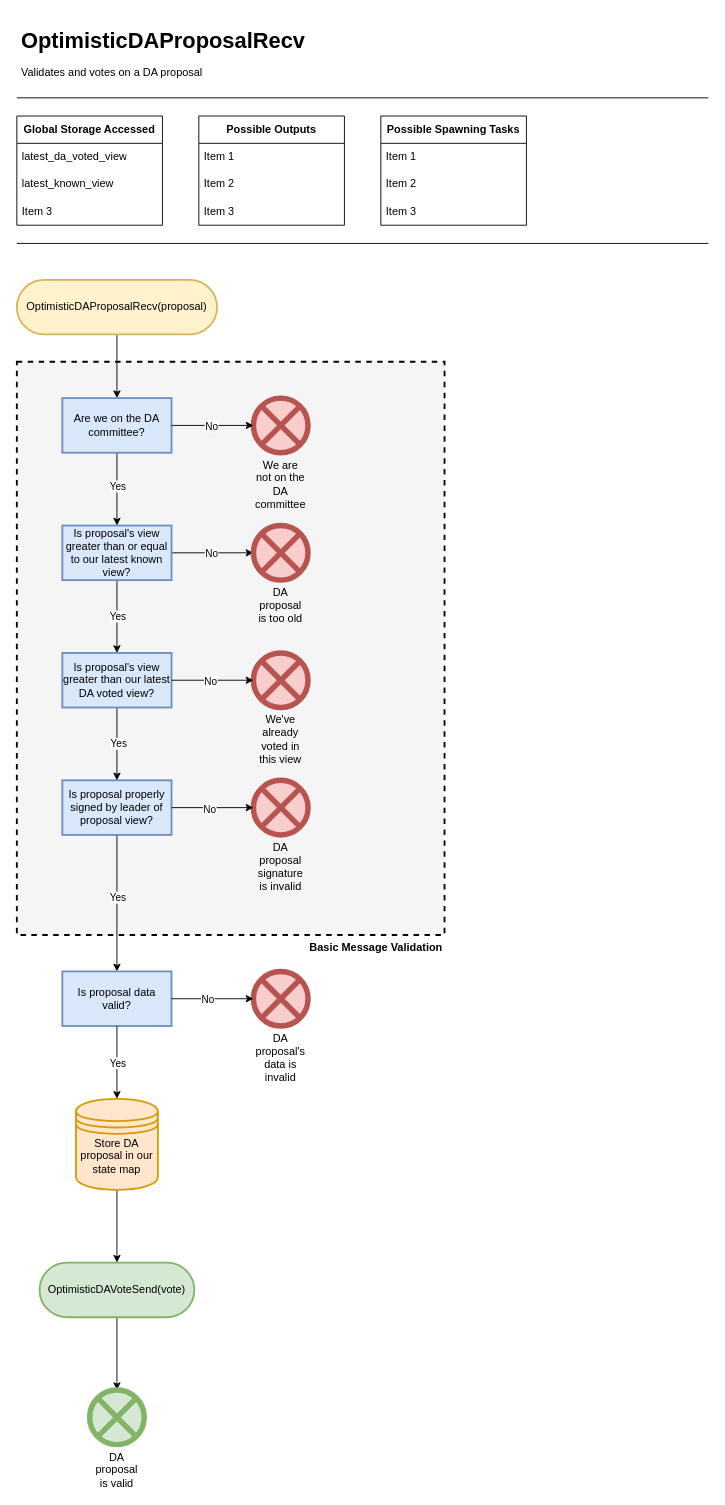
EspressoSystems/HotShot keeps this draw.io diagram as page "OptimisticDAProposalRecv" (3 of 7) of docs/diagrams/HotShotFlow.drawio. Above is the earlier version. Source tidied: cells renumbered, new cells numbered last; positions are measured from the earlier drawing's top-left corner, leaving out a move shared by most shapes. Both pictures are drawn from the tidied source at 91%, with x=0, y=0 at pixel (16, 25).
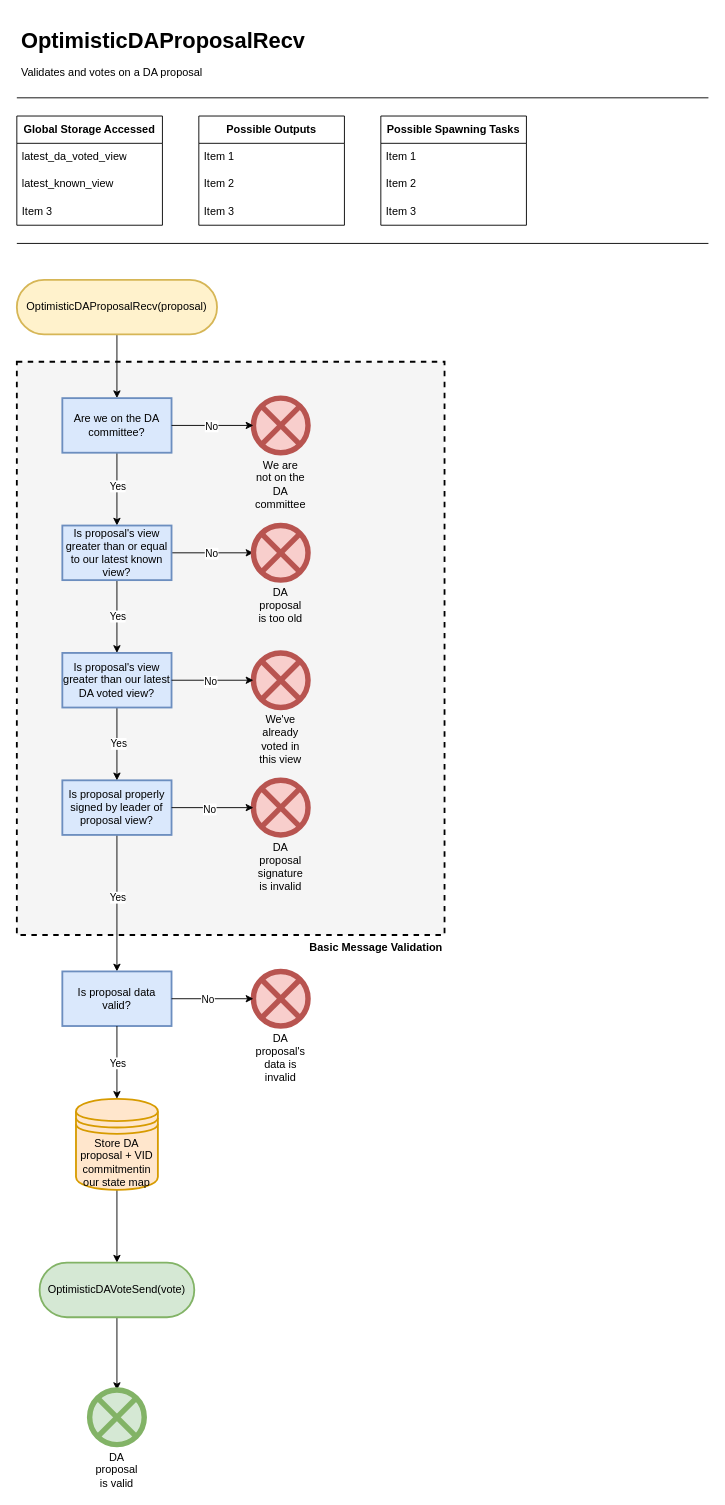
The same diagram, later.

Change to the diagram source:
```diff
@@
-    <mxCell id="27" value="Store DA proposal in our state map" style="strokeWidth=2;html=1;shape=datastore;whiteSpace=wrap;labelPosition=center;verticalLabelPosition=middle;align=center;verticalAlign=top;fillColor=#ffe6cc;strokeColor=#d79b00;" parent="1" vertex="1">
+    <mxCell id="27" value="Store DA proposal + VID commitmentin our state map" style="strokeWidth=2;html=1;shape=datastore;whiteSpace=wrap;labelPosition=center;verticalLabelPosition=middle;align=center;verticalAlign=top;fillColor=#ffe6cc;strokeColor=#d79b00;" parent="1" vertex="1">
       <mxGeometry x="65" y="1180" width="90" height="100" as="geometry" />
     </mxCell>
```
